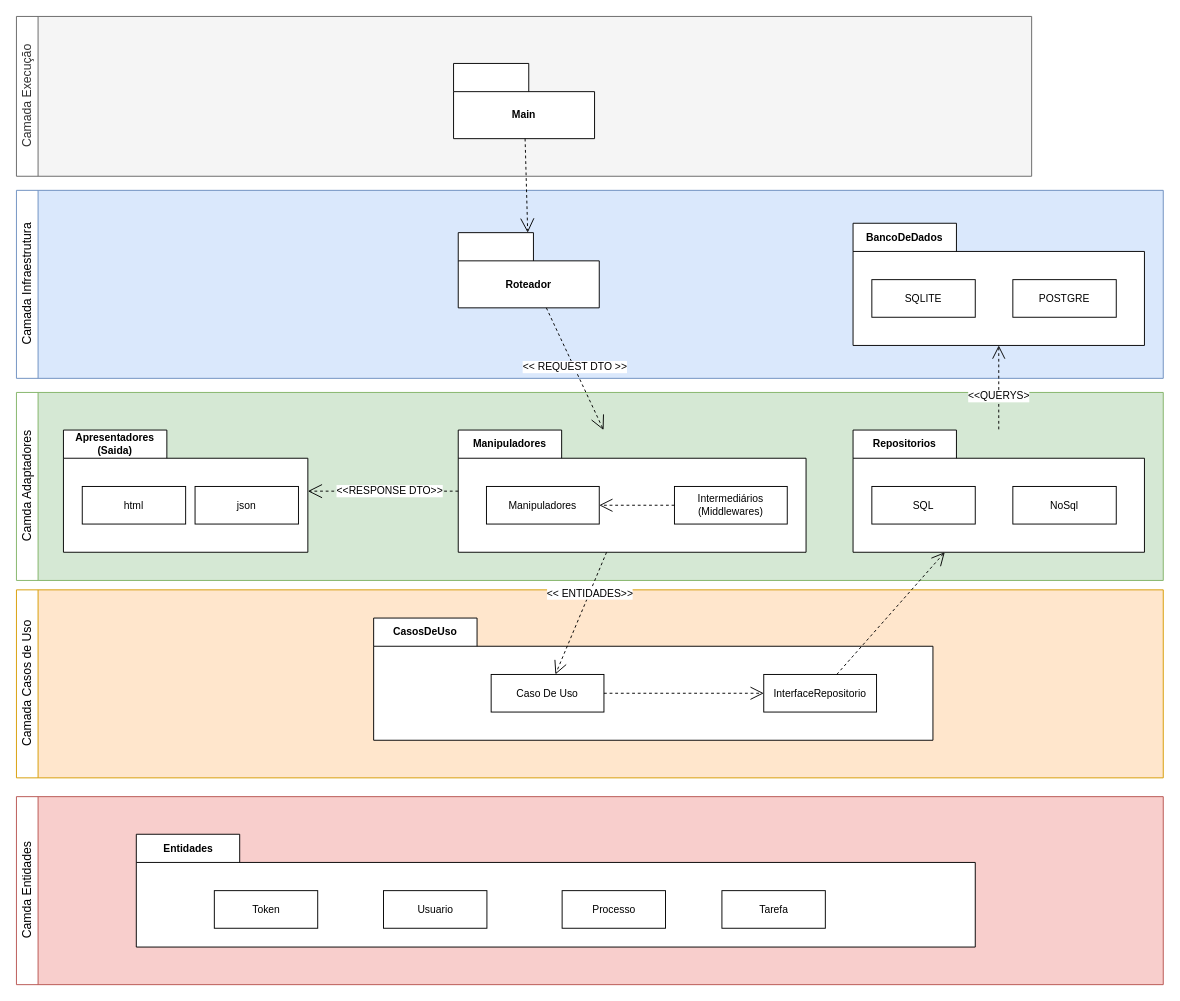
The draw.io diagram page "arquitetura" (6 of 6) of projeto/1_diagramas.drawio in gleberphant/processo-man, before the edit. Source tidied: cells renumbered, new cells numbered last; positions are measured from the earlier drawing's top-left corner, leaving out a move shared by most shapes. Both pictures are drawn from the tidied source at 94%, with x=0, y=0 at pixel (16, 16).
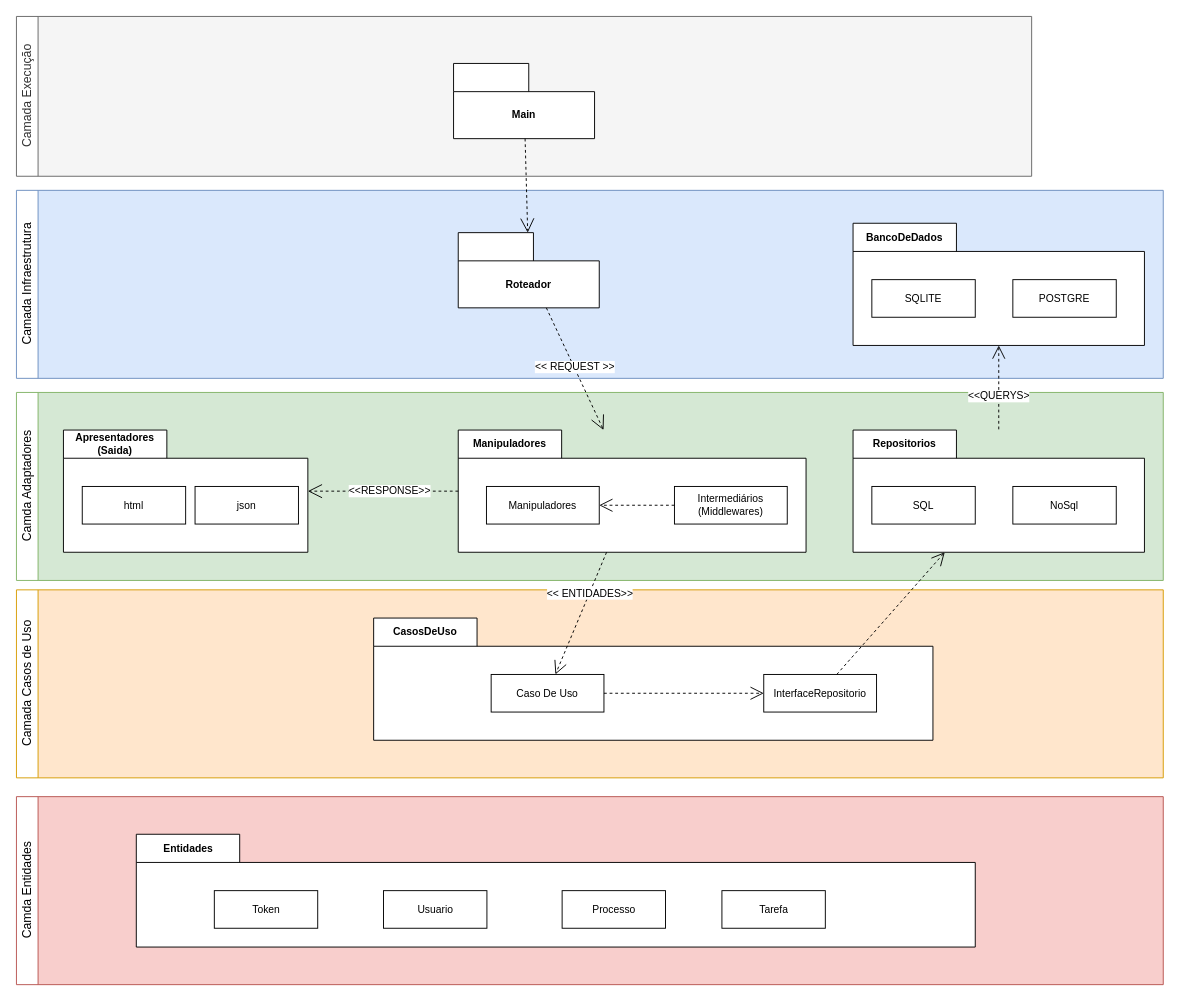
Above is the later version.

Unchanged cells that the change refers to:
```xml
<mxCell id="22" style="edgeStyle=none;shape=connector;rounded=0;jettySize=auto;html=1;dashed=1;strokeColor=default;align=center;verticalAlign=middle;fontFamily=Helvetica;fontSize=11;fontColor=default;labelBackgroundColor=default;endArrow=open;endFill=0;endSize=13;" parent="14" edge="1" source="15" target="19">
  <mxGeometry relative="1" as="geometry" />
</mxCell>
<mxCell id="33" style="edgeStyle=none;shape=connector;rounded=0;jettySize=auto;html=1;strokeColor=default;align=center;verticalAlign=middle;fontFamily=Helvetica;fontSize=11;fontColor=default;labelBackgroundColor=default;endArrow=open;endFill=0;endSize=13;dashed=1;" parent="1" edge="1" source="10" target="15">
  <mxGeometry relative="1" as="geometry" />
</mxCell>
```

The edit, as a diff of the source:
```diff
@@
-    <mxCell id="23" value="&amp;lt;&amp;lt;RESPONSE DTO&amp;gt;&amp;gt;" style="edgeLabel;html=1;align=center;verticalAlign=middle;" parent="22" vertex="1">
+    <mxCell id="23" value="&amp;lt;&amp;lt;RESPONSE&amp;gt;&amp;gt;" style="edgeLabel;html=1;align=center;verticalAlign=middle;" parent="22" vertex="1">
       <mxGeometry x="-0.07" y="-1" relative="1" as="geometry" />
     </mxCell>
@@
-    <mxCell id="34" value="&amp;lt;&amp;lt; REQUEST DTO &amp;gt;&amp;gt;" style="edgeLabel;html=1;align=center;verticalAlign=middle;" parent="33" vertex="1">
+    <mxCell id="34" value="&amp;lt;&amp;lt; REQUEST &amp;gt;&amp;gt;" style="edgeLabel;html=1;align=center;verticalAlign=middle;" parent="33" vertex="1">
       <mxGeometry x="-0.04" y="1" relative="1" as="geometry" />
     </mxCell>
```
